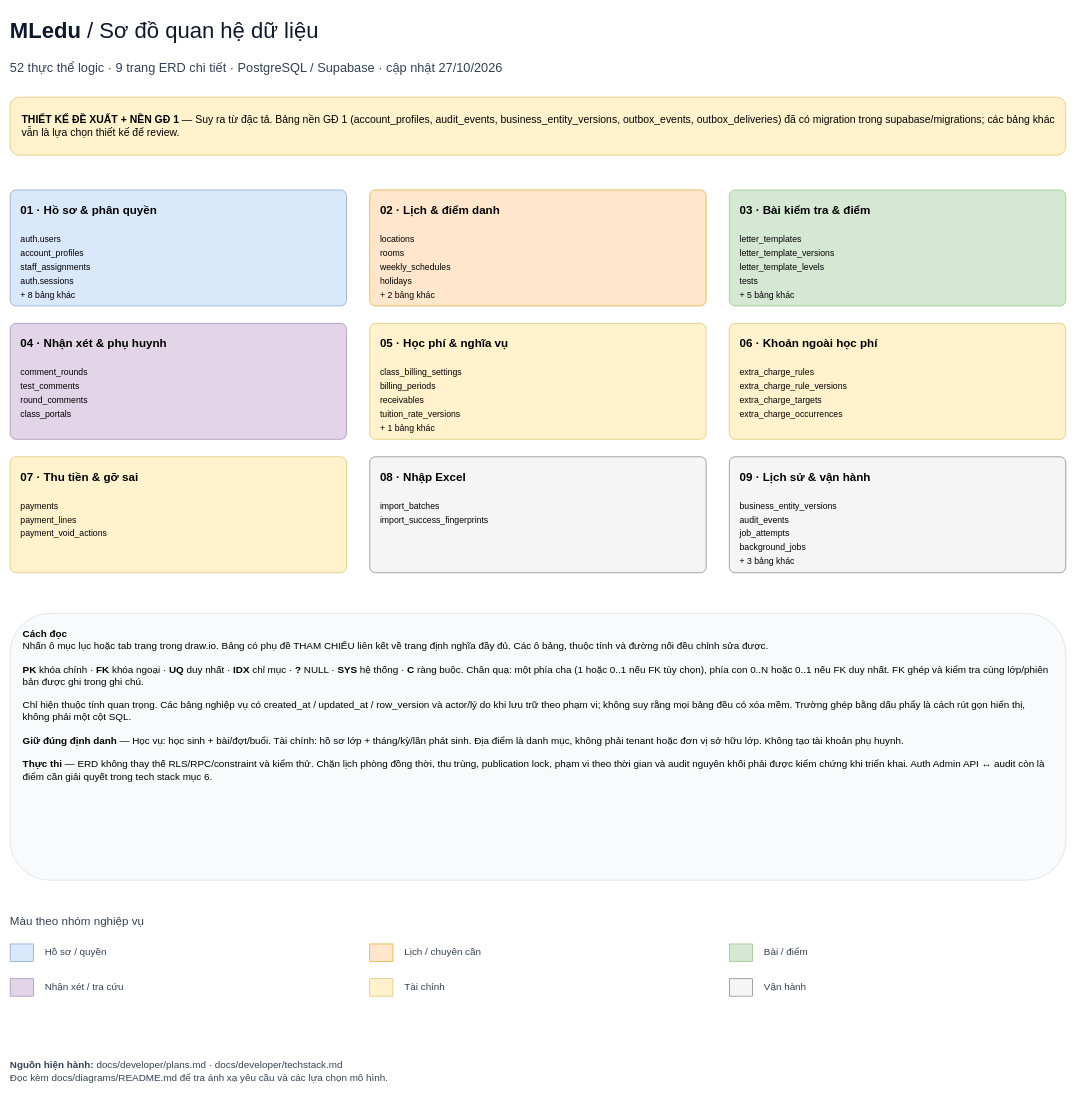
The draw.io diagram page "00 · Đọc ERD" (1 of 10) of docs/diagrams/architecture.drawio in tukitena/mledu, before the edit. Source tidied: cells renumbered, new cells numbered last; positions are measured from the earlier drawing's top-left corner, leaving out a move shared by most shapes. Both pictures are drawn from the tidied source at 58%, with x=0, y=0 at pixel (10, 10).
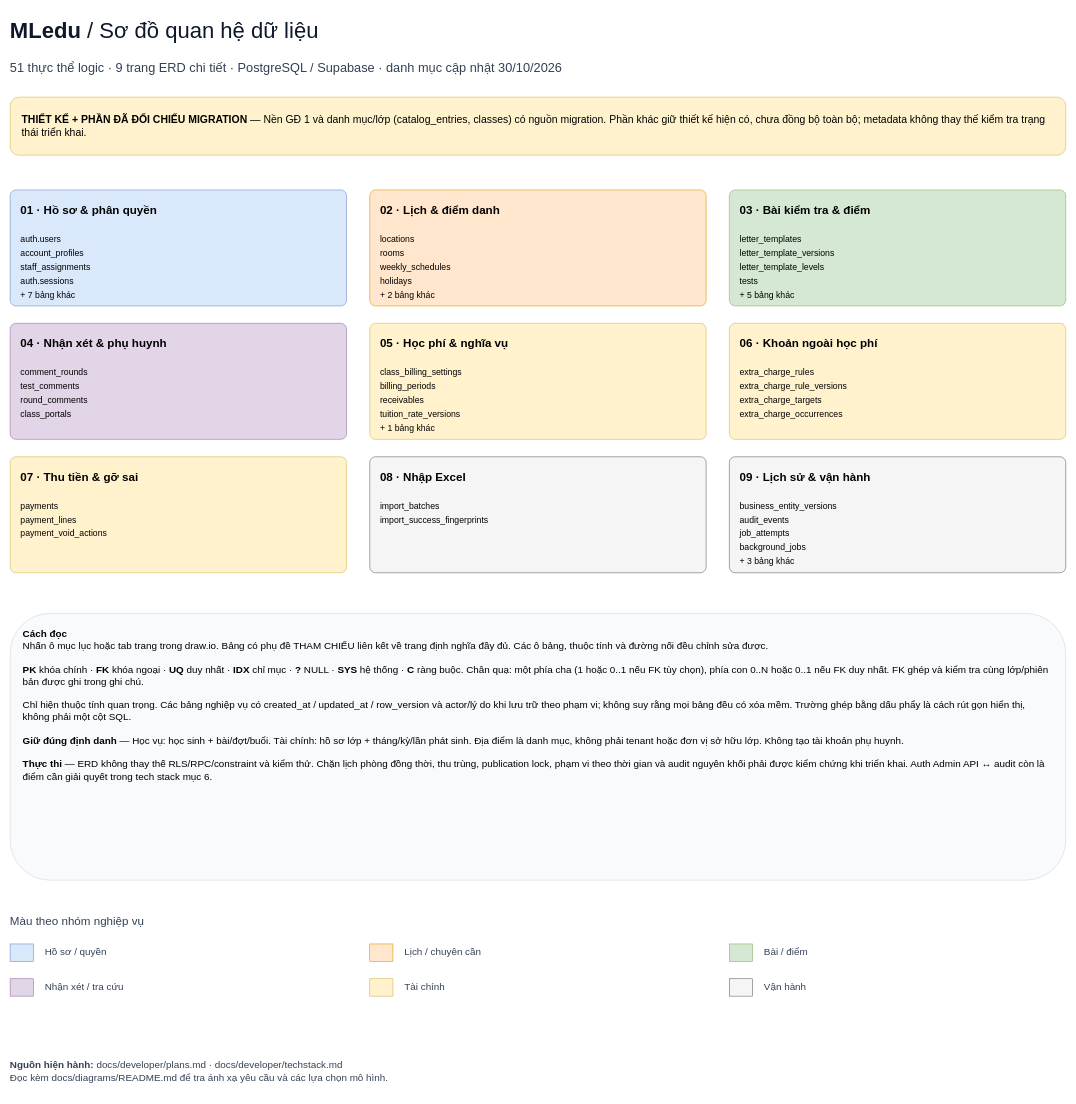
The same diagram, later.

Diff of the diagram source:
```diff
@@
-    <mxCell id="3" value="52 thực thể logic · 9 trang ERD chi tiết · PostgreSQL / Supabase · cập nhật 27/10/2026" style="text;html=1;whiteSpace=wrap;align=left;verticalAlign=middle;spacing=0;fontFamily=Arial;fontSize=22;fontColor=#334155;" parent="1" vertex="1">
+    <mxCell id="3" value="51 thực thể logic · 9 trang ERD chi tiết · PostgreSQL / Supabase · danh mục cập nhật 30/10/2026" style="text;html=1;whiteSpace=wrap;align=left;verticalAlign=middle;spacing=0;fontFamily=Arial;fontSize=22;fontColor=#334155;" parent="1" vertex="1">
       <mxGeometry y="80" width="1820" height="40" as="geometry" />
     </mxCell>
-    <mxCell id="4" value="&lt;b&gt; THIẾT KẾ ĐỀ XUẤT + NỀN GĐ 1 &lt;/b&gt; — Suy ra từ đặc tả. Bảng nền GĐ 1 (account_profiles, audit_events, business_entity_versions, outbox_events, outbox_deliveries) đã có migration trong supabase/migrations; các bảng khác vẫn là lựa chọn thiết kế để review." style="rounded=1;whiteSpace=wrap;html=1;spacing=20;align=left;fontFamily=Arial;fontSize=18;fillColor=#fff2cc;strokeColor=#d6b656;" parent="1" vertex="1">
+    <mxCell id="4" value="&lt;b&gt; THIẾT KẾ + PHẦN ĐÃ ĐỐI CHIẾU MIGRATION &lt;/b&gt; — Nền GĐ 1 và danh mục/lớp (catalog_entries, classes) có nguồn migration. Phần khác giữ thiết kế hiện có, chưa đồng bộ toàn bộ; metadata không thay thế kiểm tra trạng thái triển khai." style="rounded=1;whiteSpace=wrap;html=1;spacing=20;align=left;fontFamily=Arial;fontSize=18;fillColor=#fff2cc;strokeColor=#d6b656;" parent="1" vertex="1">
       <mxGeometry y="150" width="1820" height="100" as="geometry" />
     </mxCell>
-    <mxCell id="5" value="&lt;b&gt;01 · Hồ sơ &amp; phân quyền&lt;/b&gt;&lt;br&gt;&lt;br&gt;&lt;font style=&quot;font-size:15px&quot;&gt;auth.users&lt;br&gt;account_profiles&lt;br&gt;staff_assignments&lt;br&gt;auth.sessions&lt;br&gt;+ 8 bảng khác&lt;/font&gt;" style="rounded=1;arcSize=5;whiteSpace=wrap;html=1;align=left;verticalAlign=top;spacing=18;fontFamily=Arial;fontSize=20;fillColor=#dae8fc;strokeColor=#6c8ebf;" parent="1" vertex="1">
+    <mxCell id="5" value="&lt;b&gt;01 · Hồ sơ &amp; phân quyền&lt;/b&gt;&lt;br&gt;&lt;br&gt;&lt;font style=&quot;font-size:15px&quot;&gt;auth.users&lt;br&gt;account_profiles&lt;br&gt;staff_assignments&lt;br&gt;auth.sessions&lt;br&gt;+ 7 bảng khác&lt;/font&gt;" style="rounded=1;arcSize=5;whiteSpace=wrap;html=1;align=left;verticalAlign=top;spacing=18;fontFamily=Arial;fontSize=20;fillColor=#dae8fc;strokeColor=#6c8ebf;" parent="1" vertex="1">
       <mxGeometry y="310" width="580" height="200" as="geometry" />
     </mxCell>
```
